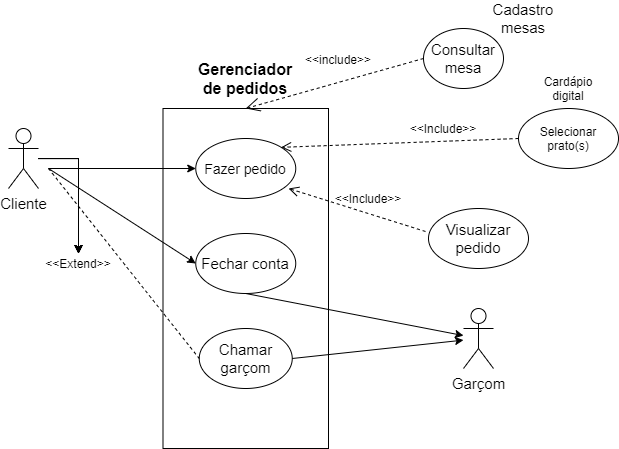
The draw.io diagram AssitenteEletronico.drawio.png in hinname/project-Restaurant, before a commit. Source tidied: cells renumbered, new cells last; positions are measured from the earlier drawing's top-left corner, leaving out a move shared by most shapes.
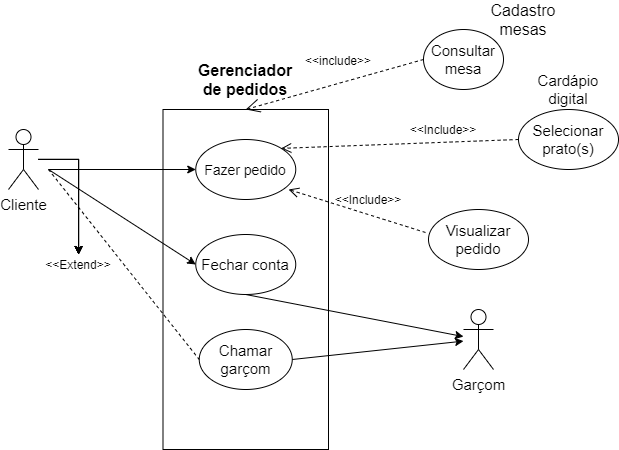
After the commit.

Change to the diagram source:
```diff
@@ -38,7 +38,7 @@
     <mxCell id="13" value="&lt;font style=&quot;font-size: 15px&quot;&gt;Chamar garçom&lt;/font&gt;" style="ellipse;whiteSpace=wrap;html=1;" parent="1" vertex="1">
       <mxGeometry x="190.8" y="320" width="93" height="60" as="geometry" />
     </mxCell>
-    <mxCell id="14" value="Selecionar prato(s)" style="ellipse;whiteSpace=wrap;html=1;" parent="1" vertex="1">
+    <mxCell id="14" value="&lt;font style=&quot;font-size: 15px&quot;&gt;Selecionar prato(s)&lt;/font&gt;" style="ellipse;whiteSpace=wrap;html=1;" parent="1" vertex="1">
       <mxGeometry x="510" y="100" width="100" height="60" as="geometry" />
     </mxCell>
     <mxCell id="15" value="&amp;lt;&amp;lt;Include&amp;gt;&amp;gt;" style="text;html=1;strokeColor=none;fillColor=none;align=center;verticalAlign=middle;whiteSpace=wrap;rounded=0;" parent="1" vertex="1">
@@ -68,7 +68,7 @@
     <mxCell id="21" value="&amp;lt;&amp;lt;Extend&amp;gt;&amp;gt;" style="text;html=1;strokeColor=none;fillColor=none;align=center;verticalAlign=middle;whiteSpace=wrap;rounded=0;" parent="1" vertex="1">
       <mxGeometry x="50" y="245" width="40" height="20" as="geometry" />
     </mxCell>
-    <mxCell id="22" value="Cardápio digital" style="text;html=1;strokeColor=none;fillColor=none;align=center;verticalAlign=middle;whiteSpace=wrap;rounded=0;" parent="1" vertex="1">
+    <mxCell id="22" value="&lt;font style=&quot;font-size: 15px&quot;&gt;Cardápio digital&lt;/font&gt;" style="text;html=1;strokeColor=none;fillColor=none;align=center;verticalAlign=middle;whiteSpace=wrap;rounded=0;" parent="1" vertex="1">
       <mxGeometry x="540" y="70" width="40" height="20" as="geometry" />
     </mxCell>
     <mxCell id="23" value="&lt;font style=&quot;font-size: 15px&quot;&gt;Visualizar pedido&lt;/font&gt;" style="ellipse;whiteSpace=wrap;html=1;fontSize=15;strokeColor=#000000;" parent="1" vertex="1">
@@ -80,7 +80,7 @@
     <mxCell id="25" value="Consultar mesa" style="ellipse;whiteSpace=wrap;html=1;strokeColor=#000000;fontSize=15;" parent="1" vertex="1">
       <mxGeometry x="415" y="20" width="80" height="60" as="geometry" />
     </mxCell>
-    <mxCell id="26" value="Cadastro mesas" style="text;html=1;strokeColor=none;fillColor=none;align=center;verticalAlign=middle;whiteSpace=wrap;rounded=0;fontSize=15;" parent="1" vertex="1">
+    <mxCell id="26" value="&lt;font style=&quot;font-size: 16px&quot;&gt;Cadastro mesas&lt;/font&gt;" style="text;html=1;strokeColor=none;fillColor=none;align=center;verticalAlign=middle;whiteSpace=wrap;rounded=0;fontSize=15;" parent="1" vertex="1">
       <mxGeometry x="495" width="40" height="20" as="geometry" />
     </mxCell>
     <mxCell id="27" style="endArrow=open;endSize=12;dashed=1;html=1;fontSize=15;exitX=0;exitY=0.5;exitDx=0;exitDy=0;entryX=0.5;entryY=0;entryDx=0;entryDy=0;" parent="1" edge="1" source="25" target="2">
```
